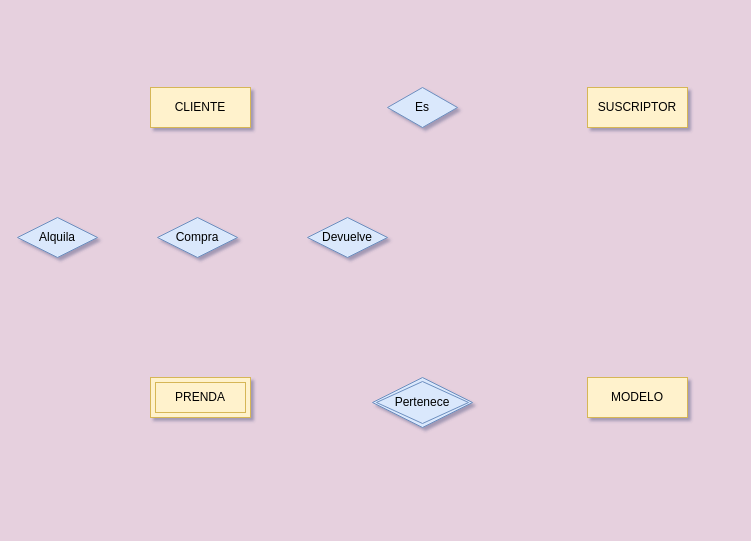
VeraAceves/NT-BD keeps this draw.io diagram as RentWear.drawio. Above is the earlier version. Source tidied: cells renumbered, new cells numbered last; positions are measured from the earlier drawing's top-left corner, leaving out a move shared by most shapes. Both pictures are drawn from the tidied source at 100%, with x=0, y=0 at pixel (17, 87).
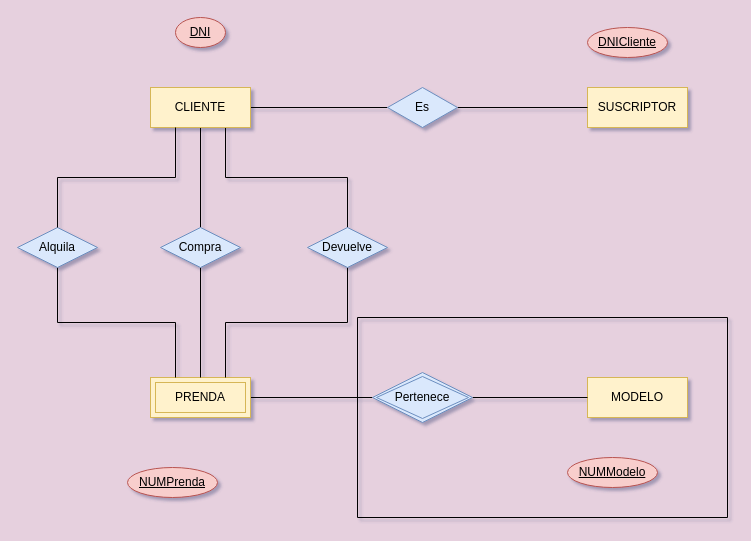
The same page after the edit.

The change refers to these unchanged cells:
```xml
<mxCell id="2" value="CLIENTE" style="whiteSpace=wrap;html=1;align=center;fillColor=#fff2cc;strokeColor=#d6b656;" parent="1" vertex="1">
  <mxGeometry x="133" width="100" height="40" as="geometry" />
</mxCell>
<mxCell id="3" value="SUSCRIPTOR" style="whiteSpace=wrap;html=1;align=center;fillColor=#fff2cc;strokeColor=#d6b656;" parent="1" vertex="1">
  <mxGeometry x="570" width="100" height="40" as="geometry" />
</mxCell>
<mxCell id="4" value="MODELO" style="whiteSpace=wrap;html=1;align=center;fillColor=#fff2cc;strokeColor=#d6b656;" parent="1" vertex="1">
  <mxGeometry x="570" y="290" width="100" height="40" as="geometry" />
</mxCell>
<mxCell id="5" value="PRENDA" style="shape=ext;margin=3;double=1;whiteSpace=wrap;html=1;align=center;fillColor=#fff2cc;strokeColor=#d6b656;" parent="1" vertex="1">
  <mxGeometry x="133" y="290" width="100" height="40" as="geometry" />
</mxCell>
<mxCell id="7" value="Es" style="shape=rhombus;perimeter=rhombusPerimeter;whiteSpace=wrap;html=1;align=center;fillColor=#dae8fc;strokeColor=#6c8ebf;" parent="1" vertex="1">
  <mxGeometry x="370" width="70" height="40" as="geometry" />
</mxCell>
```

The edit, as a diff of the source:
```diff
@@
+    <mxCell id="11" style="edgeStyle=orthogonalEdgeStyle;rounded=0;jettySize=auto;html=1;exitX=1;exitY=0.5;exitDx=0;exitDy=0;entryX=0;entryY=0.5;entryDx=0;entryDy=0;endArrow=none;endFill=0;" parent="1" edge="1" source="2" target="7">
+      <mxGeometry relative="1" as="geometry" />
+    </mxCell>
+    <mxCell id="12" style="edgeStyle=orthogonalEdgeStyle;rounded=0;jettySize=auto;html=1;exitX=0.5;exitY=1;exitDx=0;exitDy=0;entryX=0.5;entryY=0;entryDx=0;entryDy=0;endArrow=none;endFill=0;" parent="1" edge="1" source="2" target="9">
+      <mxGeometry relative="1" as="geometry" />
+    </mxCell>
+    <mxCell id="13" style="edgeStyle=orthogonalEdgeStyle;rounded=0;jettySize=auto;html=1;exitX=0.75;exitY=1;exitDx=0;exitDy=0;endArrow=none;endFill=0;" parent="1" edge="1" source="2" target="10">
+      <mxGeometry relative="1" as="geometry" />
+    </mxCell>
@@
+    <mxCell id="14" style="edgeStyle=orthogonalEdgeStyle;rounded=0;jettySize=auto;html=1;exitX=1;exitY=0.5;exitDx=0;exitDy=0;entryX=0;entryY=0.5;entryDx=0;entryDy=0;endArrow=none;endFill=0;" parent="1" edge="1" source="5" target="6">
+      <mxGeometry relative="1" as="geometry" />
+    </mxCell>
@@
+    <mxCell id="15" style="edgeStyle=orthogonalEdgeStyle;rounded=0;jettySize=auto;html=1;exitX=1;exitY=0.5;exitDx=0;exitDy=0;endArrow=none;endFill=0;" parent="1" edge="1" source="6" target="4">
+      <mxGeometry relative="1" as="geometry" />
+    </mxCell>
     <mxCell id="6" value="Pertenece" style="shape=rhombus;double=1;perimeter=rhombusPerimeter;whiteSpace=wrap;html=1;align=center;fillColor=#dae8fc;strokeColor=#6c8ebf;" parent="1" vertex="1">
-      <mxGeometry x="355" y="290" width="100" height="50" as="geometry" />
+      <mxGeometry x="355" y="285" width="100" height="50" as="geometry" />
     </mxCell>
+    <mxCell id="16" style="edgeStyle=orthogonalEdgeStyle;rounded=0;jettySize=auto;html=1;exitX=1;exitY=0.5;exitDx=0;exitDy=0;entryX=0;entryY=0.5;entryDx=0;entryDy=0;endArrow=none;endFill=0;" parent="1" edge="1" source="7" target="3">
+      <mxGeometry relative="1" as="geometry" />
+    </mxCell>
@@
+    <mxCell id="17" style="edgeStyle=orthogonalEdgeStyle;rounded=0;jettySize=auto;html=1;exitX=0.5;exitY=1;exitDx=0;exitDy=0;entryX=0.25;entryY=0;entryDx=0;entryDy=0;endArrow=none;endFill=0;" parent="1" edge="1" source="8" target="5">
+      <mxGeometry relative="1" as="geometry" />
+    </mxCell>
     <mxCell id="8" value="Alquila" style="shape=rhombus;perimeter=rhombusPerimeter;whiteSpace=wrap;html=1;align=center;fillColor=#dae8fc;strokeColor=#6c8ebf;" parent="1" vertex="1">
-      <mxGeometry y="130" width="80" height="40" as="geometry" />
+      <mxGeometry y="140" width="80" height="40" as="geometry" />
     </mxCell>
+    <mxCell id="18" style="edgeStyle=orthogonalEdgeStyle;rounded=0;jettySize=auto;html=1;exitX=0.5;exitY=1;exitDx=0;exitDy=0;endArrow=none;endFill=0;" parent="1" edge="1" source="9" target="5">
+      <mxGeometry relative="1" as="geometry" />
+    </mxCell>
     <mxCell id="9" value="Compra" style="shape=rhombus;perimeter=rhombusPerimeter;whiteSpace=wrap;html=1;align=center;fillColor=#dae8fc;strokeColor=#6c8ebf;" parent="1" vertex="1">
-      <mxGeometry x="140" y="130" width="80" height="40" as="geometry" />
+      <mxGeometry x="143" y="140" width="80" height="40" as="geometry" />
     </mxCell>
+    <mxCell id="19" style="edgeStyle=orthogonalEdgeStyle;rounded=0;jettySize=auto;html=1;exitX=0.5;exitY=1;exitDx=0;exitDy=0;entryX=0.75;entryY=0;entryDx=0;entryDy=0;endArrow=none;endFill=0;" parent="1" edge="1" source="10" target="5">
+      <mxGeometry relative="1" as="geometry" />
+    </mxCell>
     <mxCell id="10" value="Devuelve" style="shape=rhombus;perimeter=rhombusPerimeter;whiteSpace=wrap;html=1;align=center;fillColor=#dae8fc;strokeColor=#6c8ebf;" parent="1" vertex="1">
-      <mxGeometry x="290" y="130" width="80" height="40" as="geometry" />
+      <mxGeometry x="290" y="140" width="80" height="40" as="geometry" />
     </mxCell>
+    <mxCell id="20" style="edgeStyle=orthogonalEdgeStyle;rounded=0;jettySize=auto;html=1;exitX=0.25;exitY=1;exitDx=0;exitDy=0;entryX=0.5;entryY=0;entryDx=0;entryDy=0;endArrow=none;endFill=0;" parent="1" edge="1" source="2" target="8">
+      <mxGeometry relative="1" as="geometry" />
+    </mxCell>
+    <mxCell id="21" value="DNI" style="ellipse;whiteSpace=wrap;html=1;align=center;fontStyle=4;fillColor=#f8cecc;strokeColor=#b85450;" parent="1" vertex="1">
+      <mxGeometry x="158" y="-70" width="50" height="30" as="geometry" />
+    </mxCell>
+    <mxCell id="22" value="DNICliente" style="ellipse;whiteSpace=wrap;html=1;align=center;fontStyle=4;fillColor=#f8cecc;strokeColor=#b85450;" parent="1" vertex="1">
+      <mxGeometry x="570" y="-60" width="80" height="30" as="geometry" />
+    </mxCell>
+    <mxCell id="23" value="NUMPrenda" style="ellipse;whiteSpace=wrap;html=1;align=center;fontStyle=4;fillColor=#f8cecc;strokeColor=#b85450;" parent="1" vertex="1">
+      <mxGeometry x="110" y="380" width="90" height="30" as="geometry" />
+    </mxCell>
+    <mxCell id="24" value="NUMModelo" style="ellipse;whiteSpace=wrap;html=1;align=center;fontStyle=4;fillColor=#f8cecc;strokeColor=#b85450;" parent="1" vertex="1">
+      <mxGeometry x="550" y="370" width="90" height="30" as="geometry" />
+    </mxCell>
+    <mxCell id="25" style="swimlane;startSize=0;" parent="1" vertex="1">
+      <mxGeometry x="340" y="230" width="370" height="200" as="geometry" />
+    </mxCell>
```
